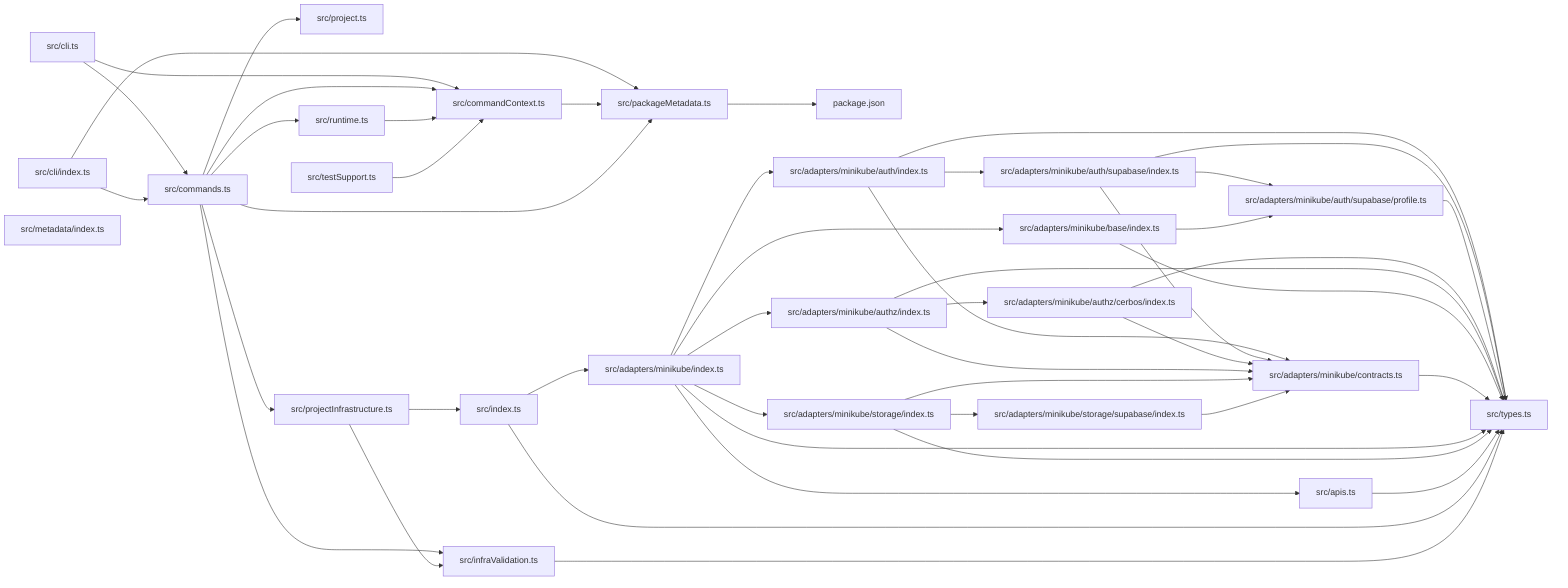
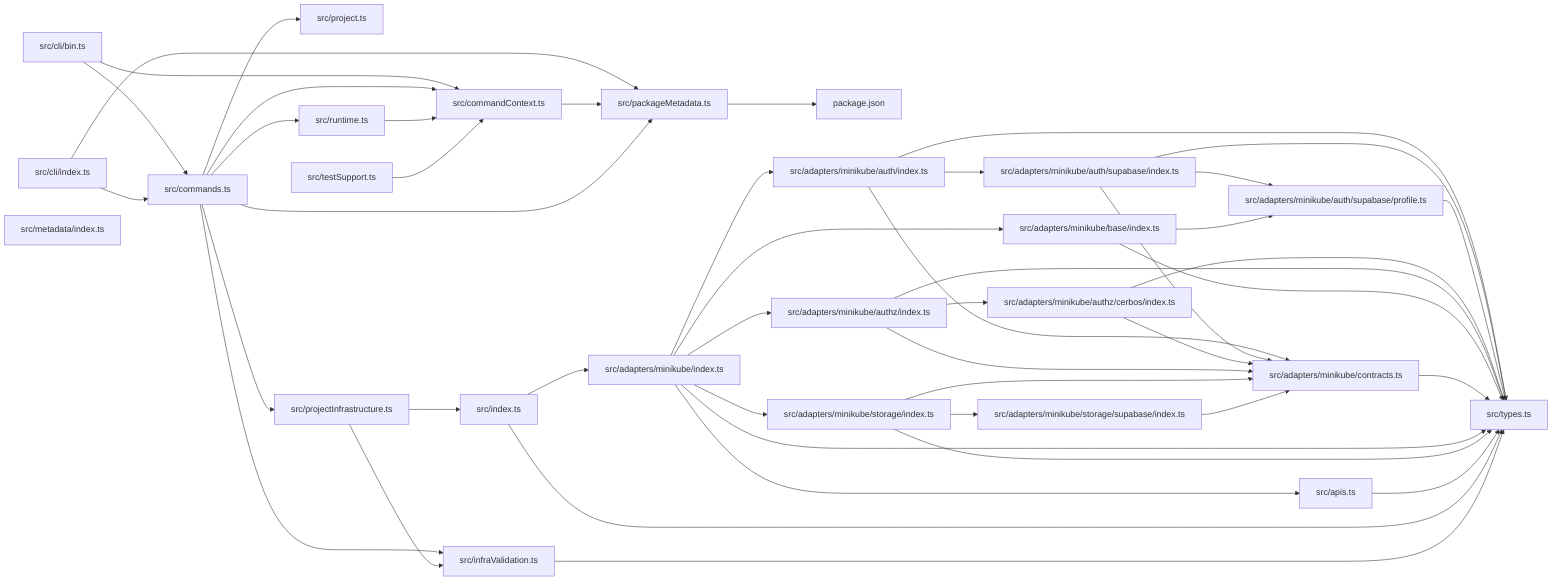
graph LR
  module_package_json["package.json"]
  module_src_adapters_minikube_auth_index_ts["src/adapters/minikube/auth/index.ts"]
  module_src_adapters_minikube_auth_supabase_index_ts["src/adapters/minikube/auth/supabase/index.ts"]
  module_src_adapters_minikube_auth_supabase_profile_ts["src/adapters/minikube/auth/supabase/profile.ts"]
  module_src_adapters_minikube_authz_cerbos_index_ts["src/adapters/minikube/authz/cerbos/index.ts"]
  module_src_adapters_minikube_authz_index_ts["src/adapters/minikube/authz/index.ts"]
  module_src_adapters_minikube_base_index_ts["src/adapters/minikube/base/index.ts"]
  module_src_adapters_minikube_contracts_ts["src/adapters/minikube/contracts.ts"]
  module_src_adapters_minikube_index_ts["src/adapters/minikube/index.ts"]
  module_src_adapters_minikube_storage_index_ts["src/adapters/minikube/storage/index.ts"]
  module_src_adapters_minikube_storage_supabase_index_ts["src/adapters/minikube/storage/supabase/index.ts"]
  module_src_apis_ts["src/apis.ts"]
-   module_src_cli_ts["src/cli.ts"]
+   module_src_cli_bin_ts["src/cli/bin.ts"]
  module_src_cli_index_ts["src/cli/index.ts"]
  module_src_commandContext_ts["src/commandContext.ts"]
  module_src_commands_ts["src/commands.ts"]
  module_src_index_ts["src/index.ts"]
  module_src_infraValidation_ts["src/infraValidation.ts"]
  module_src_metadata_index_ts["src/metadata/index.ts"]
  module_src_packageMetadata_ts["src/packageMetadata.ts"]
  module_src_project_ts["src/project.ts"]
  module_src_projectInfrastructure_ts["src/projectInfrastructure.ts"]
  module_src_runtime_ts["src/runtime.ts"]
  module_src_testSupport_ts["src/testSupport.ts"]
  module_src_types_ts["src/types.ts"]
  module_src_adapters_minikube_auth_index_ts --> module_src_adapters_minikube_auth_supabase_index_ts
  module_src_adapters_minikube_auth_index_ts --> module_src_adapters_minikube_contracts_ts
  module_src_adapters_minikube_auth_index_ts --> module_src_types_ts
  module_src_adapters_minikube_auth_supabase_index_ts --> module_src_adapters_minikube_auth_supabase_profile_ts
  module_src_adapters_minikube_auth_supabase_index_ts --> module_src_adapters_minikube_contracts_ts
  module_src_adapters_minikube_auth_supabase_index_ts --> module_src_types_ts
  module_src_adapters_minikube_auth_supabase_profile_ts --> module_src_types_ts
  module_src_adapters_minikube_authz_cerbos_index_ts --> module_src_adapters_minikube_contracts_ts
  module_src_adapters_minikube_authz_cerbos_index_ts --> module_src_types_ts
  module_src_adapters_minikube_authz_index_ts --> module_src_adapters_minikube_authz_cerbos_index_ts
  module_src_adapters_minikube_authz_index_ts --> module_src_adapters_minikube_contracts_ts
  module_src_adapters_minikube_authz_index_ts --> module_src_types_ts
  module_src_adapters_minikube_base_index_ts --> module_src_adapters_minikube_auth_supabase_profile_ts
  module_src_adapters_minikube_base_index_ts --> module_src_types_ts
  module_src_adapters_minikube_contracts_ts --> module_src_types_ts
  module_src_adapters_minikube_index_ts --> module_src_adapters_minikube_auth_index_ts
  module_src_adapters_minikube_index_ts --> module_src_adapters_minikube_authz_index_ts
  module_src_adapters_minikube_index_ts --> module_src_adapters_minikube_base_index_ts
  module_src_adapters_minikube_index_ts --> module_src_adapters_minikube_storage_index_ts
  module_src_adapters_minikube_index_ts --> module_src_apis_ts
  module_src_adapters_minikube_index_ts --> module_src_types_ts
  module_src_adapters_minikube_storage_index_ts --> module_src_adapters_minikube_contracts_ts
  module_src_adapters_minikube_storage_index_ts --> module_src_adapters_minikube_storage_supabase_index_ts
  module_src_adapters_minikube_storage_index_ts --> module_src_types_ts
  module_src_adapters_minikube_storage_supabase_index_ts --> module_src_adapters_minikube_contracts_ts
  module_src_apis_ts --> module_src_types_ts
-   module_src_cli_ts --> module_src_commandContext_ts
-   module_src_cli_ts --> module_src_commands_ts
+   module_src_cli_bin_ts --> module_src_commandContext_ts
+   module_src_cli_bin_ts --> module_src_commands_ts
  module_src_cli_index_ts --> module_src_commands_ts
  module_src_cli_index_ts --> module_src_packageMetadata_ts
  module_src_commandContext_ts --> module_src_packageMetadata_ts
  module_src_commands_ts --> module_src_commandContext_ts
  module_src_commands_ts --> module_src_infraValidation_ts
  module_src_commands_ts --> module_src_packageMetadata_ts
  module_src_commands_ts --> module_src_project_ts
  module_src_commands_ts --> module_src_projectInfrastructure_ts
  module_src_commands_ts --> module_src_runtime_ts
  module_src_index_ts --> module_src_adapters_minikube_index_ts
  module_src_index_ts --> module_src_types_ts
  module_src_infraValidation_ts --> module_src_types_ts
  module_src_packageMetadata_ts --> module_package_json
  module_src_projectInfrastructure_ts --> module_src_index_ts
  module_src_projectInfrastructure_ts --> module_src_infraValidation_ts
  module_src_runtime_ts --> module_src_commandContext_ts
  module_src_testSupport_ts --> module_src_commandContext_ts
